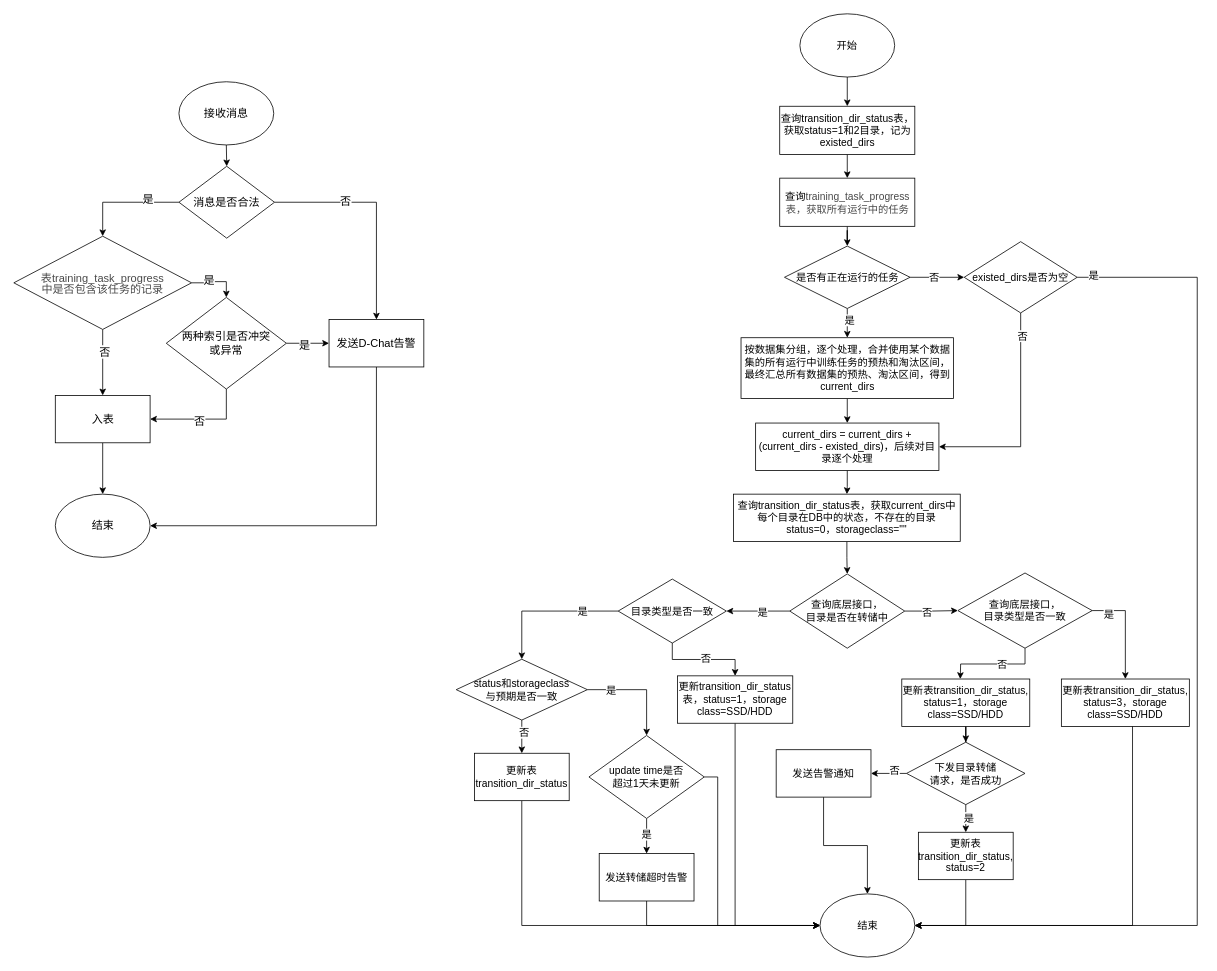
Earlier version of the draw.io diagram page "二期" (2 of 2) of dynamic_load.drawio (ydh12356890/DiDiDraw). Source tidied: cells renumbered, new cells numbered last; positions are measured from the earlier drawing's top-left corner, leaving out a move shared by most shapes. Both pictures are drawn from the tidied source at 79%, with x=0, y=0 at pixel (13, 13).
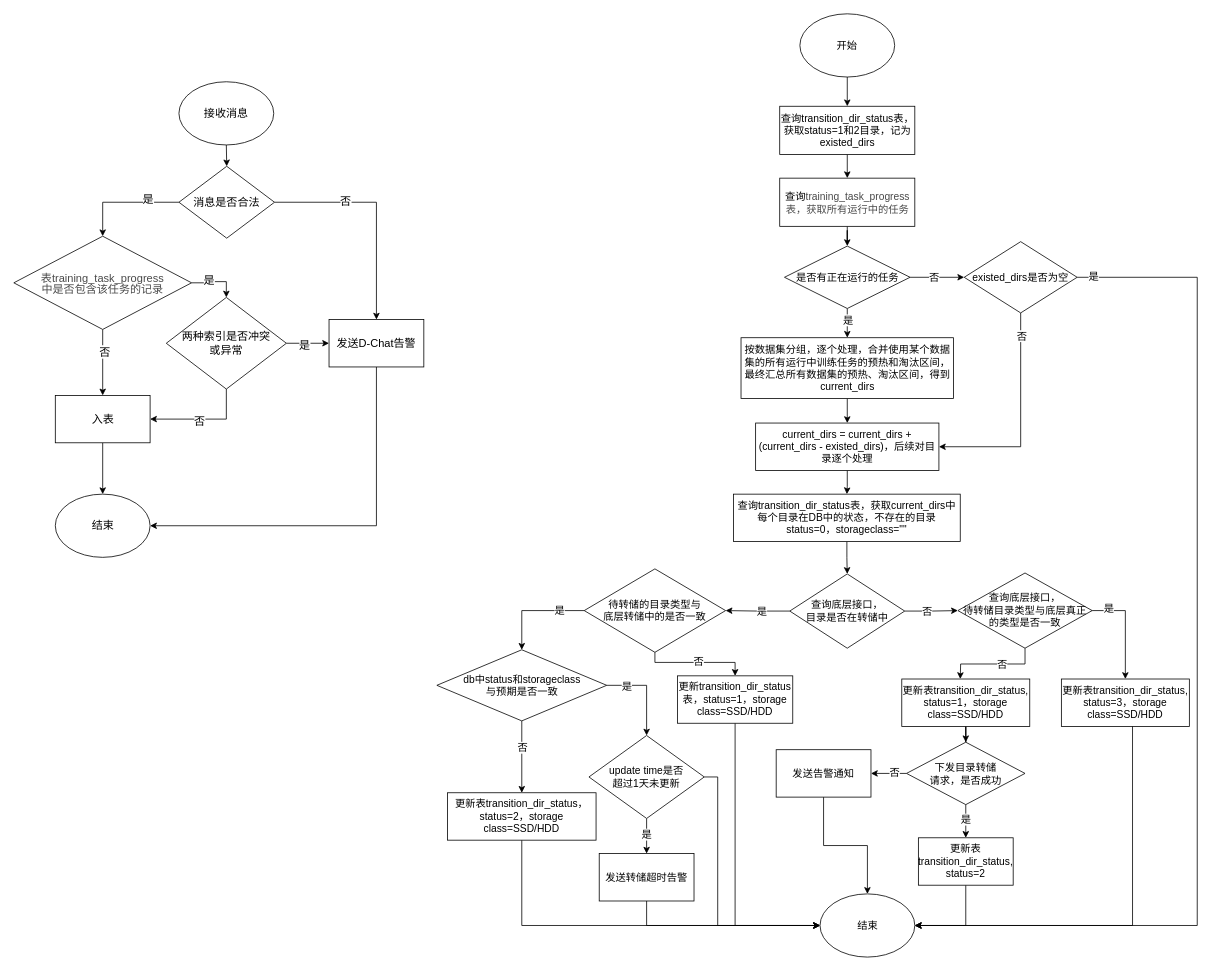
The same page after the edit.

The change refers to these unchanged cells:
```xml
<mxCell id="21" style="edgeStyle=orthogonalEdgeStyle;rounded=0;jettySize=auto;html=1;fontFamily=Helvetica;fontSize=13;" parent="1" edge="1" source="25" target="28">
  <mxGeometry relative="1" as="geometry" />
</mxCell>
<mxCell id="38" style="edgeStyle=orthogonalEdgeStyle;rounded=0;jettySize=auto;html=1;exitX=1;exitY=0.5;exitDx=0;exitDy=0;entryX=1;entryY=0.5;entryDx=0;entryDy=0;fontFamily=Helvetica;fontSize=13;" parent="1" edge="1" source="42" target="26">
  <mxGeometry relative="1" as="geometry">
    <Array as="points">
      <mxPoint x="1498" y="334" />
      <mxPoint x="1498" y="1154" />
    </Array>
  </mxGeometry>
</mxCell>
<mxCell id="40" style="edgeStyle=orthogonalEdgeStyle;rounded=0;jettySize=auto;html=1;exitX=0.5;exitY=1;exitDx=0;exitDy=0;entryX=1;entryY=0.5;entryDx=0;entryDy=0;fontFamily=Helvetica;fontSize=13;" parent="1" edge="1" source="42" target="44">
  <mxGeometry relative="1" as="geometry" />
</mxCell>
<mxCell id="45" style="edgeStyle=orthogonalEdgeStyle;rounded=0;jettySize=auto;html=1;fontFamily=Helvetica;fontSize=13;" parent="1" edge="1" source="49" target="54">
  <mxGeometry relative="1" as="geometry" />
</mxCell>
<mxCell id="47" style="edgeStyle=orthogonalEdgeStyle;rounded=0;jettySize=auto;html=1;fontFamily=Helvetica;fontSize=13;" parent="1" edge="1" source="49" target="74">
  <mxGeometry relative="1" as="geometry" />
</mxCell>
<mxCell id="55" style="edgeStyle=orthogonalEdgeStyle;rounded=0;jettySize=auto;html=1;fontFamily=Helvetica;fontSize=13;" parent="1" edge="1" source="59" target="61">
  <mxGeometry relative="1" as="geometry" />
</mxCell>
<mxCell id="65" value="update time是否&lt;br&gt;超过1天未更新" style="rhombus;whiteSpace=wrap;html=1;fontSize=13;fontFamily=Helvetica;" parent="1" vertex="1">
  <mxGeometry x="728" y="913.5" width="146" height="105" as="geometry" />
</mxCell>
<mxCell id="69" value="更新transition_dir_status表，status=1，storage class=SSD/HDD" style="whiteSpace=wrap;html=1;fontSize=13;fontFamily=Helvetica;" parent="1" vertex="1">
  <mxGeometry x="840" y="838" width="146" height="60" as="geometry" />
</mxCell>
<mxCell id="70" style="edgeStyle=orthogonalEdgeStyle;rounded=0;jettySize=auto;html=1;exitX=1;exitY=0.5;exitDx=0;exitDy=0;entryX=0.5;entryY=0;entryDx=0;entryDy=0;fontFamily=Helvetica;fontSize=13;" parent="1" edge="1" source="74" target="76">
  <mxGeometry relative="1" as="geometry" />
</mxCell>
<mxCell id="81" style="edgeStyle=orthogonalEdgeStyle;rounded=0;jettySize=auto;html=1;fontFamily=Helvetica;fontSize=13;" parent="1" edge="1" source="85" target="87">
  <mxGeometry relative="1" as="geometry" />
</mxCell>
<mxCell id="83" style="edgeStyle=orthogonalEdgeStyle;rounded=0;jettySize=auto;html=1;fontFamily=Helvetica;fontSize=13;" parent="1" edge="1" source="85" target="89">
  <mxGeometry relative="1" as="geometry" />
</mxCell>
```

Change to the diagram source:
```diff
@@
     <mxCell id="22" value="是" style="edgeLabel;html=1;align=center;verticalAlign=middle;fontSize=13;" parent="21" vertex="1">
-      <mxGeometry x="-0.36" y="2" relative="1" as="geometry" />
+      <mxGeometry x="-0.36" y="2" relative="1" as="geometry">
+        <mxPoint x="-2" as="offset" />
+      </mxGeometry>
     </mxCell>
@@
     <mxCell id="39" value="是" style="edgeLabel;html=1;align=center;verticalAlign=middle;fontFamily=Helvetica;fontSize=13;" parent="38" vertex="1">
       <mxGeometry x="-0.97" y="-2" relative="1" as="geometry">
-        <mxPoint y="-5" as="offset" />
+        <mxPoint y="-3" as="offset" />
       </mxGeometry>
     </mxCell>
@@
     <mxCell id="41" value="否" style="edgeLabel;html=1;align=center;verticalAlign=middle;fontSize=13;" parent="40" vertex="1">
-      <mxGeometry x="-0.79" y="2" relative="1" as="geometry" />
+      <mxGeometry x="-0.79" y="2" relative="1" as="geometry">
+        <mxPoint x="-1" as="offset" />
+      </mxGeometry>
     </mxCell>
@@
     <mxCell id="46" value="是" style="edgeLabel;html=1;align=center;verticalAlign=middle;fontFamily=Helvetica;fontSize=13;" parent="45" vertex="1">
-      <mxGeometry x="-0.13" y="1" relative="1" as="geometry" />
+      <mxGeometry x="-0.13" y="1" relative="1" as="geometry">
+        <mxPoint y="-2" as="offset" />
+      </mxGeometry>
     </mxCell>
@@
     <mxCell id="48" value="否" style="edgeLabel;html=1;align=center;verticalAlign=middle;fontFamily=Helvetica;fontSize=13;" parent="47" vertex="1">
-      <mxGeometry x="-0.18" y="-1" relative="1" as="geometry" />
+      <mxGeometry x="-0.18" y="-1" relative="1" as="geometry">
+        <mxPoint y="-2" as="offset" />
+      </mxGeometry>
     </mxCell>
@@
     <mxCell id="50" style="edgeStyle=orthogonalEdgeStyle;rounded=0;jettySize=auto;html=1;exitX=0.5;exitY=1;exitDx=0;exitDy=0;entryX=0.5;entryY=0;entryDx=0;entryDy=0;fontFamily=Helvetica;fontSize=13;" parent="1" edge="1" source="54" target="69">
-      <mxGeometry relative="1" as="geometry" />
+      <mxGeometry relative="1" as="geometry">
+        <Array as="points">
+          <mxPoint x="812" y="821" />
+          <mxPoint x="913" y="821" />
+        </Array>
+      </mxGeometry>
     </mxCell>
@@
-    <mxCell id="54" value="目录类型是否一致" style="rhombus;whiteSpace=wrap;html=1;fontSize=13;fontFamily=Helvetica;" parent="1" vertex="1">
-      <mxGeometry x="765" y="715.5" width="137" height="81" as="geometry" />
+    <mxCell id="54" value="待转储的目录类型与&lt;br&gt;底层转储中的是否一致" style="rhombus;whiteSpace=wrap;html=1;fontSize=13;fontFamily=Helvetica;" parent="1" vertex="1">
+      <mxGeometry x="722" y="702.6" width="179" height="105.6" as="geometry" />
     </mxCell>
@@
     <mxCell id="56" value="否" style="edgeLabel;html=1;align=center;verticalAlign=middle;fontFamily=Helvetica;fontSize=13;" parent="55" vertex="1">
-      <mxGeometry x="-0.27" y="2" relative="1" as="geometry" />
+      <mxGeometry x="-0.27" y="2" relative="1" as="geometry">
+        <mxPoint x="-2" as="offset" />
+      </mxGeometry>
     </mxCell>
-    <mxCell id="57" style="edgeStyle=orthogonalEdgeStyle;rounded=0;jettySize=auto;html=1;fontFamily=Helvetica;fontSize=13;" parent="1" edge="1" source="59" target="65">
+    <mxCell id="57" style="edgeStyle=orthogonalEdgeStyle;rounded=0;jettySize=auto;html=1;fontFamily=Helvetica;fontSize=13;exitX=1;exitY=0.5;exitDx=0;exitDy=0;" parent="1" edge="1" source="59" target="65">
       <mxGeometry relative="1" as="geometry" />
     </mxCell>
@@
-    <mxCell id="59" value="status和storageclass&lt;br&gt;与预期是否一致" style="rhombus;whiteSpace=wrap;html=1;fontSize=13;fontFamily=Helvetica;" parent="1" vertex="1">
-      <mxGeometry x="560" y="817" width="166" height="77" as="geometry" />
+    <mxCell id="59" value="db中status和storageclass&lt;br&gt;与预期是否一致" style="rhombus;whiteSpace=wrap;html=1;fontSize=13;fontFamily=Helvetica;" parent="1" vertex="1">
+      <mxGeometry x="535.5" y="805" width="215" height="90" as="geometry" />
     </mxCell>
@@
-    <mxCell id="61" value="更新表transition_dir_status" style="whiteSpace=wrap;html=1;fontSize=13;fontFamily=Helvetica;" parent="1" vertex="1">
-      <mxGeometry x="583" y="936" width="120" height="60" as="geometry" />
+    <mxCell id="61" value="更新表transition_dir_status，status=2，storage class=SSD/HDD" style="whiteSpace=wrap;html=1;fontSize=13;fontFamily=Helvetica;" parent="1" vertex="1">
+      <mxGeometry x="549" y="986" width="188" height="60" as="geometry" />
     </mxCell>
@@
     <mxCell id="71" value="是" style="edgeLabel;html=1;align=center;verticalAlign=middle;fontFamily=Helvetica;fontSize=13;" parent="70" vertex="1">
-      <mxGeometry x="-0.69" y="-4" relative="1" as="geometry" />
+      <mxGeometry x="-0.69" y="-4" relative="1" as="geometry">
+        <mxPoint y="-7" as="offset" />
+      </mxGeometry>
     </mxCell>
@@
-    <mxCell id="74" value="查询底层接口，&lt;br&gt;目录类型是否一致" style="rhombus;whiteSpace=wrap;html=1;fontSize=13;fontFamily=Helvetica;" parent="1" vertex="1">
+    <mxCell id="74" value="查询底层接口，&lt;br&gt;待转储目录类型与底层真正的类型是否一致" style="rhombus;whiteSpace=wrap;html=1;fontSize=13;fontFamily=Helvetica;" parent="1" vertex="1">
       <mxGeometry x="1195" y="707.8" width="170" height="95.2" as="geometry" />
     </mxCell>
@@
     <mxCell id="82" value="是" style="edgeLabel;html=1;align=center;verticalAlign=middle;fontFamily=Helvetica;fontSize=13;" parent="81" vertex="1">
       <mxGeometry x="0.25" y="3" relative="1" as="geometry">
-        <mxPoint y="-2" as="offset" />
+        <mxPoint x="-4" y="-8" as="offset" />
       </mxGeometry>
     </mxCell>
@@
     <mxCell id="84" value="否" style="edgeLabel;html=1;align=center;verticalAlign=middle;fontFamily=Helvetica;fontSize=13;" parent="83" vertex="1">
-      <mxGeometry x="-0.29" y="-4" relative="1" as="geometry" />
+      <mxGeometry x="-0.29" y="-4" relative="1" as="geometry">
+        <mxPoint y="2" as="offset" />
+      </mxGeometry>
     </mxCell>
@@
     <mxCell id="87" value="更新表transition_dir_status,&lt;br&gt;status=2" style="whiteSpace=wrap;html=1;fontSize=13;fontFamily=Helvetica;" parent="1" vertex="1">
-      <mxGeometry x="1145" y="1036" width="120" height="60" as="geometry" />
+      <mxGeometry x="1145" y="1043" width="120" height="60" as="geometry" />
     </mxCell>
```
